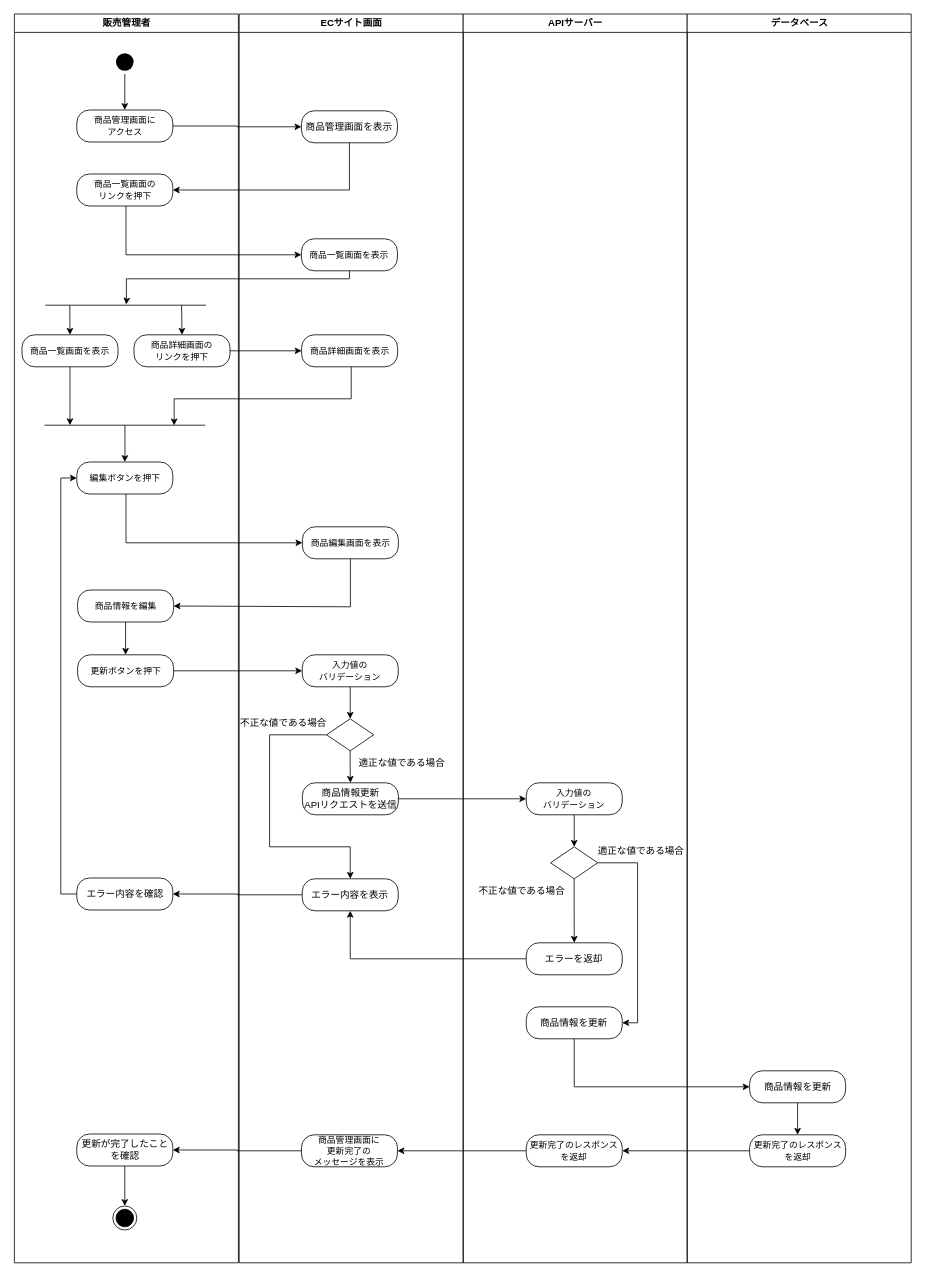
LycorisR/EC_docs keeps this draw.io diagram as UML/activity_diagram/アクティビティ図_管理_商品の編集.drawio. Above is the earlier version. Source tidied: cells renumbered, new cells numbered last; positions are measured from the earlier drawing's top-left corner, leaving out a move shared by most shapes. Both pictures are drawn from the tidied source at 80%, with x=0, y=0 at pixel (14, 14).
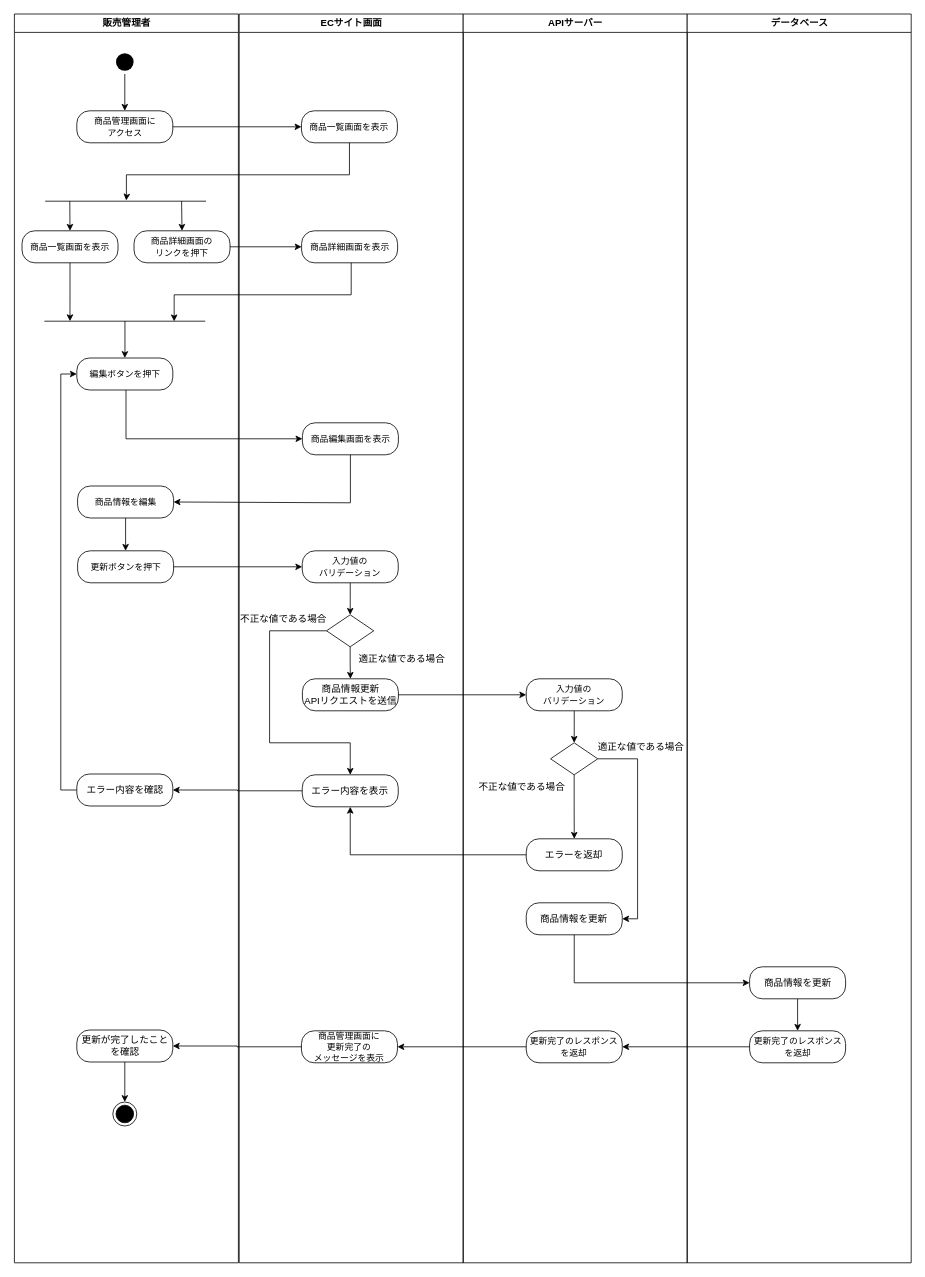
After the change.

Unchanged cells that the change refers to:
```xml
<mxCell id="2" value="販売管理者" style="swimlane;whiteSpace=wrap;" parent="1" vertex="1">
  <mxGeometry x="0.5" width="280" height="1561" as="geometry" />
</mxCell>
<mxCell id="24" value="ECサイト画面" style="swimlane;whiteSpace=wrap;startSize=23;" parent="1" vertex="1">
  <mxGeometry x="281.5" width="280" height="1561" as="geometry" />
</mxCell>
<mxCell id="39" value="APIサーバー" style="swimlane;whiteSpace=wrap;startSize=23;" parent="1" vertex="1">
  <mxGeometry x="561.5" width="280" height="1561" as="geometry" />
</mxCell>
<mxCell id="50" value="データベース" style="swimlane;whiteSpace=wrap;startSize=23;" parent="1" vertex="1">
  <mxGeometry x="841.5" width="280" height="1561" as="geometry" />
</mxCell>
```

Diff of the diagram source:
```diff
@@
     <mxCell id="5" value="&lt;font style=&quot;font-size: 11px;&quot;&gt;商品管理画面に&lt;/font&gt;&lt;div&gt;&lt;font style=&quot;font-size: 11px;&quot;&gt;アクセス&lt;/font&gt;&lt;/div&gt;" style="rounded=1;whiteSpace=wrap;html=1;arcSize=40;" parent="2" vertex="1">
-      <mxGeometry x="78" y="120" width="120" height="40" as="geometry" />
+      <mxGeometry x="78" y="121" width="120" height="40" as="geometry" />
     </mxCell>
-    <mxCell id="6" value="&lt;span style=&quot;font-size: 11px;&quot;&gt;商品一覧画面の&lt;/span&gt;&lt;div&gt;&lt;span style=&quot;font-size: 11px;&quot;&gt;リンクを押下&lt;/span&gt;&lt;/div&gt;" style="rounded=1;whiteSpace=wrap;html=1;arcSize=40;" parent="2" vertex="1">
-      <mxGeometry x="78" y="200" width="120" height="40" as="geometry" />
-    </mxCell>
     <mxCell id="7" value="&lt;span style=&quot;font-size: 11px;&quot;&gt;編集ボタンを押下&lt;/span&gt;" style="rounded=1;whiteSpace=wrap;html=1;arcSize=40;" parent="2" vertex="1">
-      <mxGeometry x="78" y="560" width="120" height="40" as="geometry" />
+      <mxGeometry x="78" y="430" width="120" height="40" as="geometry" />
     </mxCell>
     <mxCell id="8" style="edgeStyle=orthogonalEdgeStyle;rounded=0;jettySize=auto;html=1;entryX=0;entryY=0.5;entryDx=0;entryDy=0;" parent="2" edge="1" source="9" target="7">
       <mxGeometry relative="1" as="geometry">
         <Array as="points">
-          <mxPoint x="58" y="1100" />
-          <mxPoint x="58" y="580" />
+          <mxPoint x="58" y="970" />
+          <mxPoint x="58" y="450" />
         </Array>
       </mxGeometry>
     </mxCell>
     <mxCell id="9" value="&lt;font style=&quot;font-size: 12px;&quot;&gt;エラー内容を確認&lt;/font&gt;" style="rounded=1;whiteSpace=wrap;html=1;arcSize=40;" parent="2" vertex="1">
-      <mxGeometry x="78" y="1080" width="120" height="40" as="geometry" />
+      <mxGeometry x="78" y="950" width="120" height="40" as="geometry" />
     </mxCell>
@@
     <mxCell id="11" value="更新が完了したことを確認" style="rounded=1;whiteSpace=wrap;html=1;arcSize=40;" parent="2" vertex="1">
-      <mxGeometry x="78" y="1400" width="120" height="40" as="geometry" />
+      <mxGeometry x="78" y="1270" width="120" height="40" as="geometry" />
     </mxCell>
     <mxCell id="12" style="ellipse;html=1;shape=endState;fillColor=#000000;strokeColor=default;" parent="2" vertex="1">
-      <mxGeometry x="123" y="1490" width="30" height="30" as="geometry" />
+      <mxGeometry x="123" y="1360" width="30" height="30" as="geometry" />
     </mxCell>
@@
     <mxCell id="14" value="&lt;span style=&quot;font-size: 11px;&quot;&gt;商品情報を編集&lt;/span&gt;" style="rounded=1;whiteSpace=wrap;html=1;arcSize=40;" parent="2" vertex="1">
-      <mxGeometry x="79" y="720" width="120" height="40" as="geometry" />
+      <mxGeometry x="79" y="590" width="120" height="40" as="geometry" />
     </mxCell>
     <mxCell id="15" value="&lt;span style=&quot;font-size: 11px;&quot;&gt;更新ボタンを押下&lt;/span&gt;" style="rounded=1;whiteSpace=wrap;html=1;arcSize=40;" parent="2" vertex="1">
-      <mxGeometry x="79" y="801" width="120" height="40" as="geometry" />
+      <mxGeometry x="79" y="671" width="120" height="40" as="geometry" />
     </mxCell>
     <mxCell id="16" style="line;strokeWidth=1;fillColor=none;align=left;verticalAlign=middle;spacingTop=-1;spacingLeft=3;spacingRight=3;labelPosition=right;points=[];portConstraint=eastwest;strokeColor=inherit;fontStyle=0;" parent="2" vertex="1">
-      <mxGeometry x="38.5" y="360" width="201" height="8" as="geometry" />
+      <mxGeometry x="38.5" y="230" width="201" height="8" as="geometry" />
     </mxCell>
     <mxCell id="17" value="&lt;span style=&quot;font-size: 11px;&quot;&gt;商品詳細画面の&lt;/span&gt;&lt;div&gt;&lt;span style=&quot;font-size: 11px;&quot;&gt;リンクを押下&lt;/span&gt;&lt;/div&gt;" style="rounded=1;whiteSpace=wrap;html=1;arcSize=40;" parent="2" vertex="1">
-      <mxGeometry x="149.5" y="401" width="120" height="40" as="geometry" />
+      <mxGeometry x="149.5" y="271" width="120" height="40" as="geometry" />
     </mxCell>
     <mxCell id="18" style="edgeStyle=orthogonalEdgeStyle;rounded=0;jettySize=auto;html=1;entryX=0.159;entryY=0.498;entryDx=0;entryDy=0;entryPerimeter=0;" parent="2" edge="1" source="19" target="20">
       <mxGeometry relative="1" as="geometry">
         <Array as="points">
-          <mxPoint x="70" y="475" />
-          <mxPoint x="70" y="475" />
-          <mxPoint x="70" y="514" />
+          <mxPoint x="70" y="345" />
+          <mxPoint x="70" y="345" />
+          <mxPoint x="70" y="384" />
         </Array>
       </mxGeometry>
     </mxCell>
     <mxCell id="19" value="&lt;span style=&quot;font-size: 11px;&quot;&gt;商品一覧画面を表示&lt;/span&gt;" style="rounded=1;whiteSpace=wrap;html=1;arcSize=40;" parent="2" vertex="1">
-      <mxGeometry x="9.5" y="401" width="120" height="40" as="geometry" />
+      <mxGeometry x="9.5" y="271" width="120" height="40" as="geometry" />
     </mxCell>
     <mxCell id="20" style="line;strokeWidth=1;fillColor=none;align=left;verticalAlign=middle;spacingTop=-1;spacingLeft=3;spacingRight=3;labelPosition=right;points=[];portConstraint=eastwest;strokeColor=inherit;fontStyle=0;" parent="2" vertex="1">
-      <mxGeometry x="37.5" y="510" width="201" height="8" as="geometry" />
+      <mxGeometry x="37.5" y="380" width="201" height="8" as="geometry" />
     </mxCell>
     <mxCell id="21" style="edgeStyle=orthogonalEdgeStyle;rounded=0;jettySize=auto;html=1;entryX=0.5;entryY=0;entryDx=0;entryDy=0;exitX=0.501;exitY=0.485;exitDx=0;exitDy=0;exitPerimeter=0;" parent="2" edge="1" source="20" target="7">
       <mxGeometry relative="1" as="geometry">
         <Array as="points">
-          <mxPoint x="138" y="551" />
-          <mxPoint x="138" y="551" />
+          <mxPoint x="138" y="421" />
+          <mxPoint x="138" y="421" />
         </Array>
       </mxGeometry>
     </mxCell>
@@
     <mxCell id="23" style="endArrow=classic;html=1;rounded=0;entryX=0.5;entryY=0;entryDx=0;entryDy=0;exitX=0.153;exitY=0.495;exitDx=0;exitDy=0;exitPerimeter=0;" parent="2" edge="1" target="17">
       <mxGeometry relative="1" as="geometry">
-        <mxPoint x="209" y="364" as="sourcePoint" />
+        <mxPoint x="209" y="234" as="sourcePoint" />
       </mxGeometry>
     </mxCell>
@@
-    <mxCell id="25" value="商品管理画面を表示" style="rounded=1;whiteSpace=wrap;html=1;arcSize=40;" parent="24" vertex="1">
-      <mxGeometry x="77.8" y="121" width="120" height="40" as="geometry" />
-    </mxCell>
     <mxCell id="26" value="&lt;span style=&quot;font-size: 11px;&quot;&gt;商品一覧画面を表示&lt;/span&gt;" style="rounded=1;whiteSpace=wrap;html=1;arcSize=40;" parent="24" vertex="1">
-      <mxGeometry x="77.8" y="281" width="120" height="40" as="geometry" />
+      <mxGeometry x="77.8" y="121" width="120" height="40" as="geometry" />
     </mxCell>
@@
     <mxCell id="28" value="&lt;span style=&quot;font-size: 11px;&quot;&gt;入力値の&lt;/span&gt;&lt;div&gt;&lt;span style=&quot;font-size: 11px;&quot;&gt;バリデーション&lt;/span&gt;&lt;/div&gt;" style="rounded=1;whiteSpace=wrap;html=1;arcSize=40;" parent="24" vertex="1">
-      <mxGeometry x="78.8" y="801" width="120" height="40" as="geometry" />
+      <mxGeometry x="78.8" y="671" width="120" height="40" as="geometry" />
     </mxCell>
     <mxCell id="29" style="edgeStyle=orthogonalEdgeStyle;rounded=0;jettySize=auto;html=1;entryX=0.5;entryY=0;entryDx=0;entryDy=0;exitX=0;exitY=0.5;exitDx=0;exitDy=0;" parent="24" edge="1" source="31" target="34">
       <mxGeometry relative="1" as="geometry">
         <Array as="points">
-          <mxPoint x="38" y="901" />
-          <mxPoint x="38" y="1041" />
-          <mxPoint x="139" y="1041" />
+          <mxPoint x="38" y="771" />
+          <mxPoint x="38" y="911" />
+          <mxPoint x="139" y="911" />
         </Array>
       </mxGeometry>
     </mxCell>
@@
     <mxCell id="31" style="rhombus;whiteSpace=wrap;html=1;" parent="24" vertex="1">
-      <mxGeometry x="109.2" y="881" width="59" height="40" as="geometry" />
+      <mxGeometry x="109.2" y="751" width="59" height="40" as="geometry" />
     </mxCell>
     <mxCell id="32" value="適正な値である場合" style="text;html=1;align=center;verticalAlign=middle;whiteSpace=wrap;rounded=0;" parent="24" vertex="1">
-      <mxGeometry x="148.5" y="921" width="110" height="30" as="geometry" />
+      <mxGeometry x="148.5" y="791" width="110" height="30" as="geometry" />
     </mxCell>
     <mxCell id="33" value="不正な値である場合" style="text;html=1;align=center;verticalAlign=middle;whiteSpace=wrap;rounded=0;" parent="24" vertex="1">
-      <mxGeometry y="871" width="110" height="30" as="geometry" />
+      <mxGeometry y="741" width="110" height="30" as="geometry" />
     </mxCell>
     <mxCell id="34" value="&lt;font style=&quot;font-size: 12px;&quot;&gt;エラー内容を表示&lt;/font&gt;" style="rounded=1;whiteSpace=wrap;html=1;arcSize=40;" parent="24" vertex="1">
-      <mxGeometry x="78.8" y="1081" width="120" height="40" as="geometry" />
+      <mxGeometry x="78.8" y="951" width="120" height="40" as="geometry" />
     </mxCell>
     <mxCell id="35" value="&lt;font style=&quot;font-size: 11px;&quot;&gt;商品管理画面に&lt;/font&gt;&lt;div style=&quot;font-size: 11px;&quot;&gt;&lt;font style=&quot;font-size: 11px;&quot;&gt;更新完了の&lt;/font&gt;&lt;/div&gt;&lt;div style=&quot;font-size: 11px;&quot;&gt;&lt;font style=&quot;font-size: 11px;&quot;&gt;メッセージを表示&lt;/font&gt;&lt;/div&gt;" style="rounded=1;whiteSpace=wrap;html=1;arcSize=40;" parent="24" vertex="1">
-      <mxGeometry x="77.8" y="1401" width="120" height="40" as="geometry" />
+      <mxGeometry x="77.8" y="1271" width="120" height="40" as="geometry" />
     </mxCell>
     <mxCell id="36" value="&lt;span style=&quot;font-size: 11px;&quot;&gt;商品編集画面を表示&lt;/span&gt;" style="rounded=1;whiteSpace=wrap;html=1;arcSize=40;" parent="24" vertex="1">
-      <mxGeometry x="79" y="641" width="120" height="40" as="geometry" />
+      <mxGeometry x="79" y="511" width="120" height="40" as="geometry" />
     </mxCell>
     <mxCell id="37" value="&lt;span style=&quot;font-size: 11px;&quot;&gt;商品詳細画面を表示&lt;/span&gt;" style="rounded=1;whiteSpace=wrap;html=1;arcSize=40;" parent="24" vertex="1">
-      <mxGeometry x="78" y="401" width="120" height="40" as="geometry" />
+      <mxGeometry x="78" y="271" width="120" height="40" as="geometry" />
     </mxCell>
     <mxCell id="38" value="&lt;div&gt;&lt;font style=&quot;font-size: 12px;&quot;&gt;商品情報更新&lt;/font&gt;&lt;/div&gt;&lt;font style=&quot;font-size: 12px;&quot;&gt;APIリクエストを送信&lt;/font&gt;" style="rounded=1;whiteSpace=wrap;html=1;arcSize=40;" parent="24" vertex="1">
-      <mxGeometry x="79" y="961" width="120" height="40" as="geometry" />
+      <mxGeometry x="79" y="831" width="120" height="40" as="geometry" />
     </mxCell>
@@
     <mxCell id="41" value="&lt;span style=&quot;font-size: 11px;&quot;&gt;入力値の&lt;/span&gt;&lt;div&gt;&lt;span style=&quot;font-size: 11px;&quot;&gt;バリデーション&lt;/span&gt;&lt;/div&gt;" style="rounded=1;whiteSpace=wrap;html=1;arcSize=40;" parent="39" vertex="1">
-      <mxGeometry x="78.8" y="961" width="120" height="40" as="geometry" />
+      <mxGeometry x="78.8" y="831" width="120" height="40" as="geometry" />
     </mxCell>
@@
     <mxCell id="43" style="edgeStyle=orthogonalEdgeStyle;rounded=0;jettySize=auto;html=1;entryX=1;entryY=0.5;entryDx=0;entryDy=0;" parent="39" edge="1" source="44" target="46">
       <mxGeometry relative="1" as="geometry">
         <Array as="points">
-          <mxPoint x="218" y="1061" />
-          <mxPoint x="218" y="1261" />
+          <mxPoint x="218" y="931" />
+          <mxPoint x="218" y="1131" />
         </Array>
       </mxGeometry>
     </mxCell>
     <mxCell id="44" style="rhombus;whiteSpace=wrap;html=1;" parent="39" vertex="1">
-      <mxGeometry x="109.2" y="1041" width="59" height="40" as="geometry" />
+      <mxGeometry x="109.2" y="911" width="59" height="40" as="geometry" />
     </mxCell>
     <mxCell id="45" value="&lt;font style=&quot;font-size: 12px;&quot;&gt;エラーを返却&lt;/font&gt;" style="rounded=1;whiteSpace=wrap;html=1;arcSize=40;" parent="39" vertex="1">
-      <mxGeometry x="78.8" y="1161" width="120" height="40" as="geometry" />
+      <mxGeometry x="78.8" y="1031" width="120" height="40" as="geometry" />
     </mxCell>
     <mxCell id="46" value="&lt;font style=&quot;font-size: 12px;&quot;&gt;商品情報を更新&lt;/font&gt;" style="rounded=1;whiteSpace=wrap;html=1;arcSize=40;" parent="39" vertex="1">
-      <mxGeometry x="78.8" y="1241" width="120" height="40" as="geometry" />
+      <mxGeometry x="78.8" y="1111" width="120" height="40" as="geometry" />
     </mxCell>
     <mxCell id="47" value="適正な値である場合" style="text;html=1;align=center;verticalAlign=middle;whiteSpace=wrap;rounded=0;" parent="39" vertex="1">
-      <mxGeometry x="167.2" y="1031" width="110" height="30" as="geometry" />
+      <mxGeometry x="167.2" y="901" width="110" height="30" as="geometry" />
     </mxCell>
     <mxCell id="48" value="不正な値である場合" style="text;html=1;align=center;verticalAlign=middle;whiteSpace=wrap;rounded=0;" parent="39" vertex="1">
-      <mxGeometry x="18.5" y="1081" width="110" height="30" as="geometry" />
+      <mxGeometry x="18.5" y="951" width="110" height="30" as="geometry" />
     </mxCell>
     <mxCell id="49" value="&lt;span style=&quot;font-size: 11px;&quot;&gt;更新完了のレスポンス&lt;/span&gt;&lt;div&gt;&lt;span style=&quot;font-size: 11px;&quot;&gt;を返却&lt;/span&gt;&lt;/div&gt;" style="rounded=1;whiteSpace=wrap;html=1;arcSize=40;" parent="39" vertex="1">
-      <mxGeometry x="78.8" y="1401" width="120" height="40" as="geometry" />
+      <mxGeometry x="78.8" y="1271" width="120" height="40" as="geometry" />
     </mxCell>
@@
     <mxCell id="52" value="&lt;font style=&quot;font-size: 12px;&quot;&gt;商品情報を更新&lt;/font&gt;" style="rounded=1;whiteSpace=wrap;html=1;arcSize=40;" parent="50" vertex="1">
-      <mxGeometry x="78" y="1321" width="120" height="40" as="geometry" />
+      <mxGeometry x="78" y="1191" width="120" height="40" as="geometry" />
     </mxCell>
     <mxCell id="53" value="&lt;span style=&quot;font-size: 11px;&quot;&gt;更新完了のレスポンス&lt;/span&gt;&lt;div&gt;&lt;span style=&quot;font-size: 11px;&quot;&gt;を返却&lt;/span&gt;&lt;/div&gt;" style="rounded=1;whiteSpace=wrap;html=1;arcSize=40;" parent="50" vertex="1">
-      <mxGeometry x="78" y="1401" width="120" height="40" as="geometry" />
+      <mxGeometry x="78" y="1271" width="120" height="40" as="geometry" />
     </mxCell>
-    <mxCell id="54" style="edgeStyle=orthogonalEdgeStyle;rounded=0;jettySize=auto;html=1;entryX=0;entryY=0.5;entryDx=0;entryDy=0;" parent="1" edge="1" source="5" target="25">
-      <mxGeometry relative="1" as="geometry" />
-    </mxCell>
-    <mxCell id="55" style="edgeStyle=orthogonalEdgeStyle;rounded=0;jettySize=auto;html=1;entryX=0;entryY=0.5;entryDx=0;entryDy=0;" parent="1" edge="1" source="6" target="26">
-      <mxGeometry relative="1" as="geometry">
-        <Array as="points">
-          <mxPoint x="140" y="301" />
-        </Array>
-      </mxGeometry>
-    </mxCell>
@@
     <mxCell id="58" style="edgeStyle=orthogonalEdgeStyle;rounded=0;jettySize=auto;html=1;entryX=0;entryY=0.5;entryDx=0;entryDy=0;" parent="1" edge="1" source="7" target="36">
       <mxGeometry relative="1" as="geometry">
         <Array as="points">
-          <mxPoint x="140" y="661" />
+          <mxPoint x="140" y="531" />
         </Array>
       </mxGeometry>
     </mxCell>
     <mxCell id="59" style="edgeStyle=orthogonalEdgeStyle;rounded=0;jettySize=auto;html=1;entryX=1;entryY=0.5;entryDx=0;entryDy=0;" parent="1" edge="1" source="36" target="14">
       <mxGeometry relative="1" as="geometry">
         <Array as="points">
-          <mxPoint x="420" y="741" />
+          <mxPoint x="420" y="611" />
         </Array>
       </mxGeometry>
     </mxCell>
@@
     <mxCell id="61" style="edgeStyle=orthogonalEdgeStyle;rounded=0;jettySize=auto;html=1;entryX=0.504;entryY=0.388;entryDx=0;entryDy=0;entryPerimeter=0;" parent="1" edge="1" source="26" target="16">
       <mxGeometry relative="1" as="geometry">
         <Array as="points">
-          <mxPoint x="419.5" y="331" />
-          <mxPoint x="140.5" y="331" />
-          <mxPoint x="140.5" y="361" />
-          <mxPoint x="140.5" y="361" />
+          <mxPoint x="419.5" y="201" />
+          <mxPoint x="140.5" y="201" />
+          <mxPoint x="140.5" y="231" />
+          <mxPoint x="140.5" y="231" />
         </Array>
       </mxGeometry>
     </mxCell>
@@
     <mxCell id="63" style="edgeStyle=orthogonalEdgeStyle;rounded=0;jettySize=auto;html=1;entryX=0.807;entryY=0.525;entryDx=0;entryDy=0;entryPerimeter=0;" parent="1" edge="1" source="37" target="20">
       <mxGeometry relative="1" as="geometry">
         <Array as="points">
-          <mxPoint x="421.5" y="481" />
-          <mxPoint x="200.5" y="481" />
+          <mxPoint x="421.5" y="351" />
+          <mxPoint x="200.5" y="351" />
         </Array>
       </mxGeometry>
     </mxCell>
-    <mxCell id="64" style="edgeStyle=orthogonalEdgeStyle;rounded=0;jettySize=auto;html=1;entryX=1;entryY=0.5;entryDx=0;entryDy=0;" parent="1" edge="1" source="25" target="6">
-      <mxGeometry relative="1" as="geometry">
-        <Array as="points">
-          <mxPoint x="419" y="220" />
-        </Array>
-      </mxGeometry>
-    </mxCell>
@@
     <mxCell id="68" style="edgeStyle=orthogonalEdgeStyle;rounded=0;jettySize=auto;html=1;entryX=0;entryY=0.5;entryDx=0;entryDy=0;" parent="1" edge="1" source="46" target="52">
       <mxGeometry relative="1" as="geometry">
         <Array as="points">
-          <mxPoint x="700" y="1341" />
+          <mxPoint x="700" y="1211" />
         </Array>
       </mxGeometry>
     </mxCell>
@@
+    <mxCell id="70" style="edgeStyle=orthogonalEdgeStyle;rounded=0;jettySize=auto;html=1;entryX=0;entryY=0.5;entryDx=0;entryDy=0;" parent="1" edge="1" source="5" target="26">
+      <mxGeometry relative="1" as="geometry" />
+    </mxCell>
```
